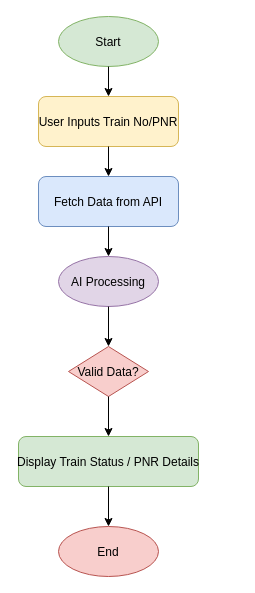
The draw.io diagram ModelTrain.drawio in Gauravlodhi530/My-First-Web, before the edit. Source tidied: cells renumbered, new cells numbered last; positions are measured from the earlier drawing's top-left corner, leaving out a move shared by most shapes. Both pictures are drawn from the tidied source at 100%, with x=0, y=0 at pixel (18, 16).
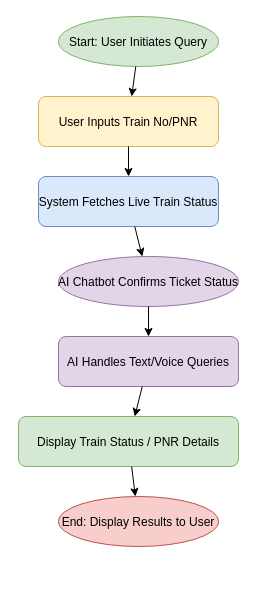
After the change.

Change to the diagram source:
```diff
@@
 <mxGraphModel>
   <root>
     <mxCell id="0" />
     <mxCell id="1" parent="0" />
-    <mxCell id="2" value="Start" style="ellipse;fillColor=#D5E8D4;strokeColor=#82B366;" parent="1" vertex="1">
-      <mxGeometry x="40" width="100" height="50" as="geometry" />
+    <mxCell id="2" value="Start: User Initiates Query" style="ellipse;fillColor=#D5E8D4;strokeColor=#82B366;" parent="1" vertex="1">
+      <mxGeometry x="40" width="160" height="50" as="geometry" />
     </mxCell>
     <mxCell id="3" value="User Inputs Train No/PNR" style="rounded=1;fillColor=#FFF2CC;strokeColor=#D6B656;" parent="1" vertex="1">
-      <mxGeometry x="20" y="80" width="140" height="50" as="geometry" />
+      <mxGeometry x="20" y="80" width="180" height="50" as="geometry" />
     </mxCell>
     <mxCell id="4" parent="1" edge="1" source="2" target="3">
       <mxGeometry relative="1" as="geometry" />
     </mxCell>
-    <mxCell id="5" value="Fetch Data from API" style="rounded=1;fillColor=#DAE8FC;strokeColor=#6C8EBF;" parent="1" vertex="1">
-      <mxGeometry x="20" y="160" width="140" height="50" as="geometry" />
+    <mxCell id="5" value="System Fetches Live Train Status" style="rounded=1;fillColor=#DAE8FC;strokeColor=#6C8EBF;" parent="1" vertex="1">
+      <mxGeometry x="20" y="160" width="180" height="50" as="geometry" />
     </mxCell>
     <mxCell id="6" parent="1" edge="1" source="3" target="5">
       <mxGeometry relative="1" as="geometry" />
     </mxCell>
-    <mxCell id="7" value="AI Processing" style="ellipse;fillColor=#E1D5E7;strokeColor=#9673A6;" parent="1" vertex="1">
-      <mxGeometry x="40" y="240" width="100" height="50" as="geometry" />
+    <mxCell id="7" value="AI Chatbot Confirms Ticket Status" style="ellipse;fillColor=#E1D5E7;strokeColor=#9673A6;" parent="1" vertex="1">
+      <mxGeometry x="40" y="240" width="180" height="50" as="geometry" />
     </mxCell>
     <mxCell id="8" parent="1" edge="1" source="5" target="7">
       <mxGeometry relative="1" as="geometry" />
     </mxCell>
-    <mxCell id="9" value="Valid Data?" style="rhombus;fillColor=#F8CECC;strokeColor=#B85450;" parent="1" vertex="1">
-      <mxGeometry x="50" y="330" width="80" height="50" as="geometry" />
-    </mxCell>
+    <mxCell id="15" value="AI Handles Text/Voice Queries" style="rounded=1;fillColor=#E1D5E7;strokeColor=#9673A6;" parent="1" vertex="1">
+      <mxGeometry x="40" y="320" width="180" height="50" as="geometry" />
+    </mxCell>
-    <mxCell id="10" parent="1" edge="1" source="7" target="9">
+    <mxCell id="10" parent="1" edge="1" source="7" target="15">
       <mxGeometry relative="1" as="geometry" />
     </mxCell>
     <mxCell id="11" value="Display Train Status / PNR Details" style="rounded=1;fillColor=#D5E8D4;strokeColor=#82B366;" parent="1" vertex="1">
-      <mxGeometry y="420" width="180" height="50" as="geometry" />
+      <mxGeometry y="400" width="220" height="50" as="geometry" />
     </mxCell>
-    <mxCell id="12" parent="1" edge="1" source="9" target="11">
+    <mxCell id="12" parent="1" edge="1" source="15" target="11">
       <mxGeometry relative="1" as="geometry" />
     </mxCell>
-    <mxCell id="13" value="End" style="ellipse;fillColor=#F8CECC;strokeColor=#B85450;" parent="1" vertex="1">
-      <mxGeometry x="40" y="510" width="100" height="50" as="geometry" />
+    <mxCell id="13" value="End: Display Results to User" style="ellipse;fillColor=#F8CECC;strokeColor=#B85450;" parent="1" vertex="1">
+      <mxGeometry x="40" y="480" width="160" height="50" as="geometry" />
     </mxCell>
     <mxCell id="14" parent="1" edge="1" source="11" target="13">
       <mxGeometry relative="1" as="geometry" />
     </mxCell>
   </root>
 </mxGraphModel>
```
